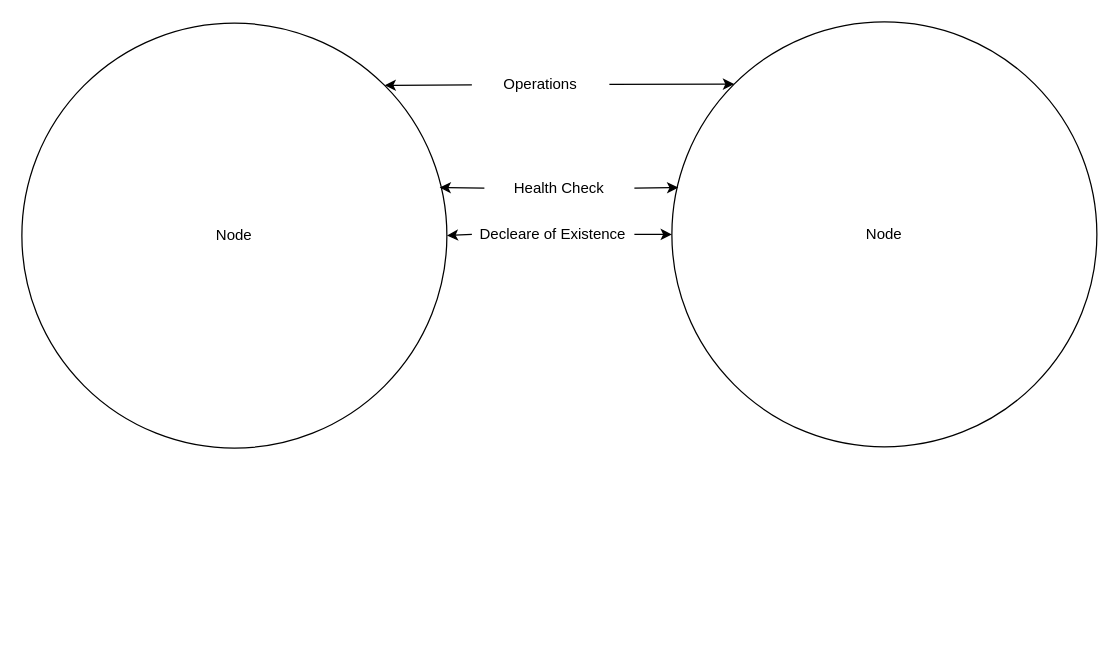
Above: page "Nodes-Structure" (2 of 2) of drawings/messages.dio in AhmedMousa-ag/thoth (draw.io), before the change. Source tidied: cells renumbered, new cells numbered last; positions are measured from the earlier drawing's top-left corner, leaving out a move shared by most shapes. Both pictures are drawn from the tidied source at 125%, with x=0, y=0 at pixel (21, 21).
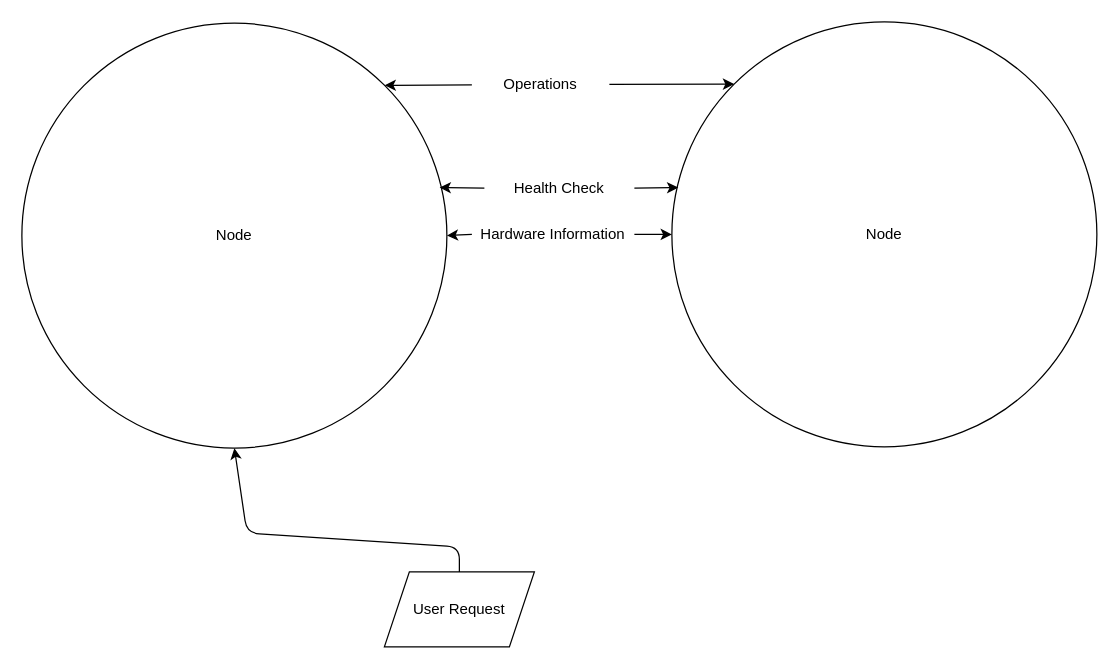
Above is the later version.

What changed in the source:
```diff
@@
 <mxGraphModel>
   <root>
     <mxCell id="0" />
     <mxCell id="1" parent="0" />
     <mxCell id="2" value="Node" style="ellipse;whiteSpace=wrap;html=1;" parent="1" vertex="1">
       <mxGeometry y="1" width="340" height="340" as="geometry" />
     </mxCell>
     <mxCell id="3" value="Node" style="ellipse;whiteSpace=wrap;html=1;" parent="1" vertex="1">
       <mxGeometry x="520" width="340" height="340" as="geometry" />
     </mxCell>
     <mxCell id="4" style="edgeStyle=none;html=1;entryX=0;entryY=0;entryDx=0;entryDy=0;" parent="1" edge="1" source="6" target="3">
       <mxGeometry relative="1" as="geometry" />
     </mxCell>
     <mxCell id="5" style="edgeStyle=none;html=1;entryX=1;entryY=0;entryDx=0;entryDy=0;" parent="1" edge="1" source="6" target="2">
       <mxGeometry relative="1" as="geometry" />
     </mxCell>
     <mxCell id="6" value="Operations" style="text;html=1;align=center;verticalAlign=middle;whiteSpace=wrap;rounded=0;" parent="1" vertex="1">
       <mxGeometry x="360" y="35" width="110" height="30" as="geometry" />
     </mxCell>
     <mxCell id="7" style="edgeStyle=none;html=1;exitX=0;exitY=0.5;exitDx=0;exitDy=0;entryX=1;entryY=0.5;entryDx=0;entryDy=0;" parent="1" edge="1" source="9" target="2">
       <mxGeometry relative="1" as="geometry" />
     </mxCell>
     <mxCell id="8" style="edgeStyle=none;html=1;" parent="1" edge="1" source="9" target="3">
       <mxGeometry relative="1" as="geometry" />
     </mxCell>
-    <mxCell id="9" value="Decleare of Existence" style="text;html=1;align=center;verticalAlign=middle;whiteSpace=wrap;rounded=0;" parent="1" vertex="1">
+    <mxCell id="9" value="Hardware Information" style="text;html=1;align=center;verticalAlign=middle;whiteSpace=wrap;rounded=0;" parent="1" vertex="1">
       <mxGeometry x="360" y="155" width="130" height="30" as="geometry" />
     </mxCell>
     <mxCell id="10" style="edgeStyle=none;html=1;exitX=0;exitY=0.5;exitDx=0;exitDy=0;entryX=0.983;entryY=0.387;entryDx=0;entryDy=0;entryPerimeter=0;" parent="1" edge="1" source="11" target="2">
       <mxGeometry relative="1" as="geometry" />
     </mxCell>
     <mxCell id="11" value="Health Check" style="text;html=1;align=center;verticalAlign=middle;whiteSpace=wrap;rounded=0;" parent="1" vertex="1">
       <mxGeometry x="370" y="118" width="120" height="30" as="geometry" />
     </mxCell>
     <mxCell id="12" style="edgeStyle=none;html=1;exitX=1;exitY=0.5;exitDx=0;exitDy=0;entryX=0.015;entryY=0.39;entryDx=0;entryDy=0;entryPerimeter=0;" parent="1" edge="1" source="11" target="3">
       <mxGeometry relative="1" as="geometry" />
     </mxCell>
+    <mxCell id="13" value="User Request" style="shape=parallelogram;perimeter=parallelogramPerimeter;whiteSpace=wrap;html=1;fixedSize=1;" parent="1" vertex="1">
+      <mxGeometry x="290" y="440" width="120" height="60" as="geometry" />
+    </mxCell>
+    <mxCell id="14" style="endArrow=classic;html=1;exitX=0.5;exitY=0;exitDx=0;exitDy=0;entryX=0.5;entryY=1;entryDx=0;entryDy=0;" parent="1" edge="1" source="13" target="2">
+      <mxGeometry relative="1" as="geometry">
+        <Array as="points">
+          <mxPoint x="350" y="420" />
+          <mxPoint x="180" y="409" />
+        </Array>
+      </mxGeometry>
+    </mxCell>
   </root>
 </mxGraphModel>
```
